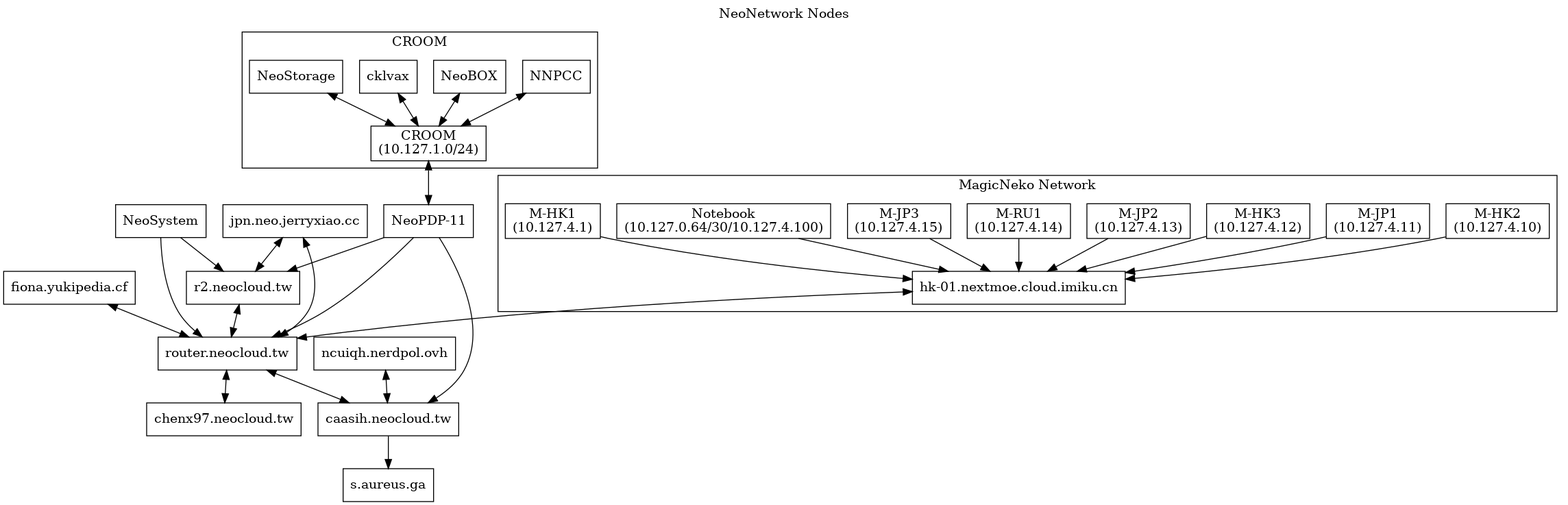
Earlier version of the Graphviz export nodes.png (NeoCloud/NeoNetwork). Its source is kept beside it as nodes.dot.
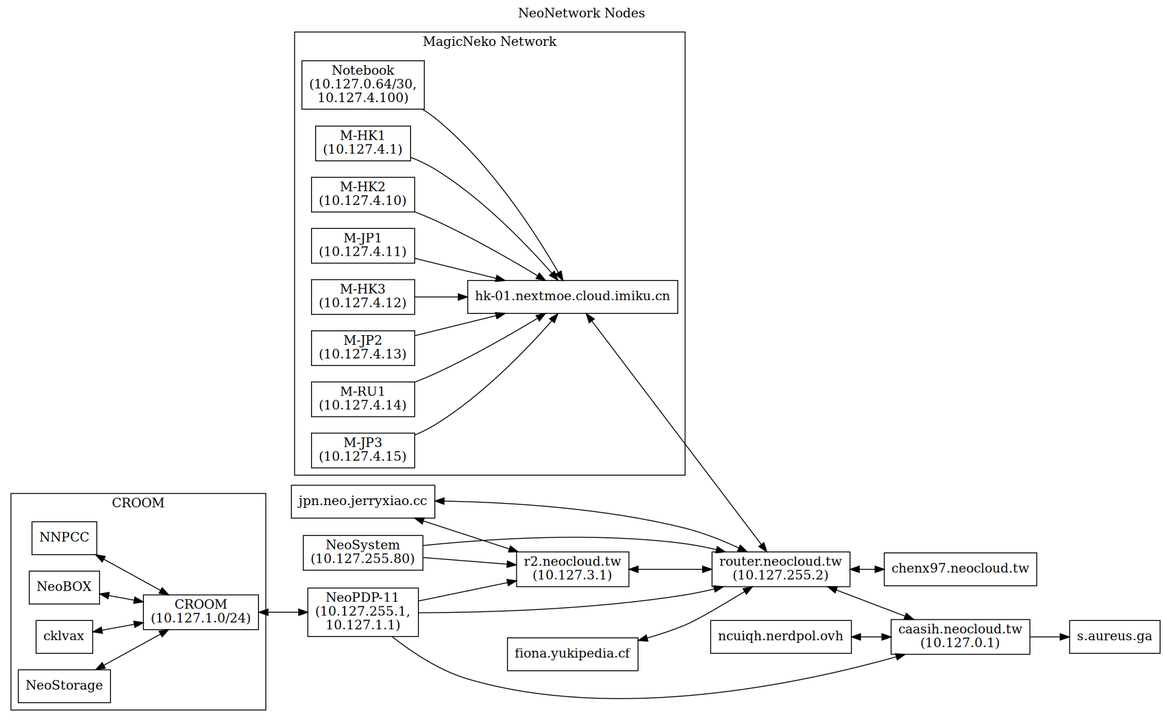
After the commit.

Commit message:
Graph: LR instead of TD

What changed in the source:
```diff
@@ -1,19 +1,19 @@
 digraph "NeoNetwork Nodes"
 {
+	label="NeoNetwork Nodes";
 	labelloc="t";
-	label="NeoNetwork Nodes";
-	rankdir=TD
+	rankdir=LR;
 	node [shape=box]
-	c [label="caasih.neocloud.tw"]
-	ucbvax [label="router.neocloud.tw"]
-	np11 [label="NeoPDP-11"]
+	c [label="caasih.neocloud.tw\n(10.127.0.1)"]
+	ucbvax [label="router.neocloud.tw\n(10.127.255.2)"]
+	np11 [label="NeoPDP-11\n(10.127.255.1,\n10.127.1.1)"]
 	croom [label="CROOM\n(10.127.1.0/24)"]
-	ns [label="NeoSystem"]
+	ns [label="NeoSystem\n(10.127.255.80)"]
 	ncuiqh [label="ncuiqh.nerdpol.ovh"]
 	fionaLHS [label="fiona.yukipedia.cf"]
-	pan [label="r2.neocloud.tw"]
+	pan [label="r2.neocloud.tw\n(10.127.3.1)"]
 	icecat_Explosion [label="hk-01.nextmoe.cloud.imiku.cn"]
-	icecat_Notebook [label="Notebook\n(10.127.0.64/30/10.127.4.100)"]
+	icecat_Notebook [label="Notebook\n(10.127.0.64/30,\n10.127.4.100)"]
 	magicneko_HK01 [label="M-HK1\n(10.127.4.1)"]
 	magicneko_HK02 [label="M-HK2\n(10.127.4.10)"]
 	magicneko_JP01 [label="M-JP1\n(10.127.4.11)"]
```
